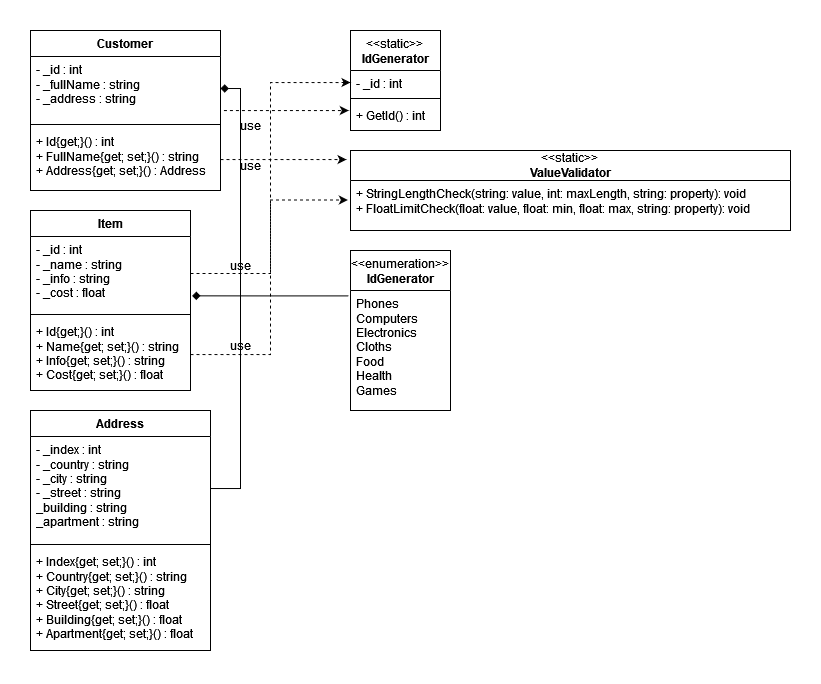
The draw.io diagram oop-winform/Diagram.drawio.png in antoniocra04/oop-winform, before a commit. Source tidied: cells renumbered, new cells last; positions are measured from the earlier drawing's top-left corner, leaving out a move shared by most shapes.
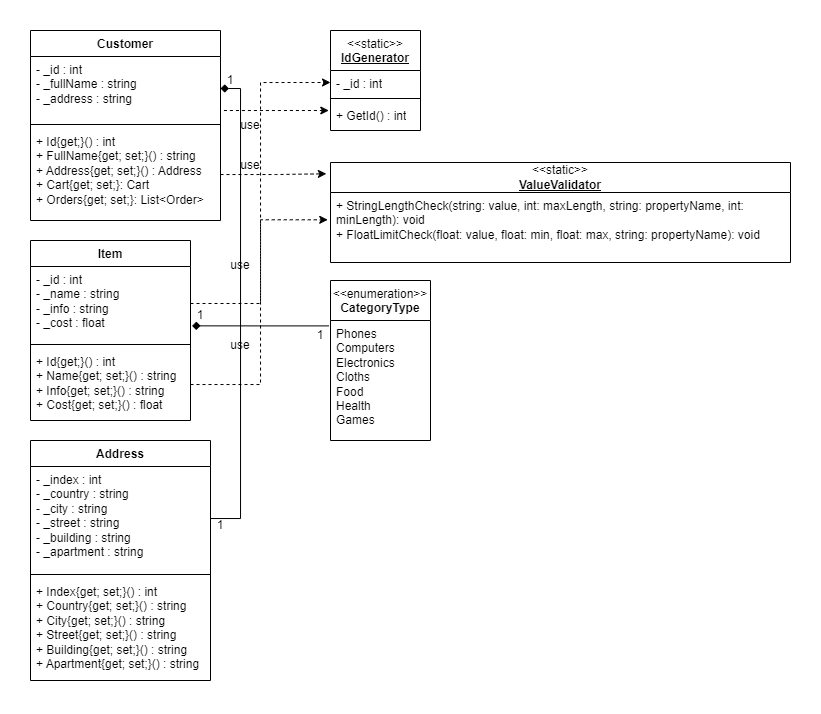
Above is the later version.

Diff of the diagram source:
```diff
@@ -3,7 +3,7 @@
     <mxCell id="0" />
     <mxCell id="1" parent="0" />
     <mxCell id="2" value="Customer" style="swimlane;fontStyle=1;align=center;verticalAlign=top;horizontal=1;startSize=26;whiteSpace=wrap;html=1;" parent="1" vertex="1">
-      <mxGeometry width="190" height="160" as="geometry" />
+      <mxGeometry y="120" width="190" height="190" as="geometry" />
     </mxCell>
     <mxCell id="3" value="- _id : int&lt;br&gt;- _fullName : string&lt;br&gt;- _address : string" style="text;strokeColor=none;fillColor=none;align=left;verticalAlign=top;spacingLeft=4;spacingRight=4;overflow=hidden;points=[[0,0.5],[1,0.5]];portConstraint=eastwest;whiteSpace=wrap;html=1;" parent="2" vertex="1">
       <mxGeometry y="26" width="190" height="64" as="geometry" />
@@ -11,11 +11,11 @@
     <mxCell id="4" style="line;strokeWidth=1;fillColor=none;align=left;verticalAlign=middle;spacingTop=-1;spacingLeft=3;spacingRight=3;labelPosition=right;strokeColor=inherit;" parent="2" vertex="1">
       <mxGeometry y="90" width="190" height="8" as="geometry" />
     </mxCell>
-    <mxCell id="5" value="+ Id{get;}() : int&lt;br&gt;+ FullName{get; set;}() : string&lt;br&gt;+ Address{get; set;}() : Address" style="text;strokeColor=none;fillColor=none;align=left;verticalAlign=top;spacingLeft=4;spacingRight=4;overflow=hidden;points=[[0,0.5],[1,0.5]];portConstraint=eastwest;whiteSpace=wrap;html=1;" parent="2" vertex="1">
-      <mxGeometry y="98" width="190" height="62" as="geometry" />
+    <mxCell id="5" value="+ Id{get;}() : int&lt;br&gt;+ FullName{get; set;}() : string&lt;br&gt;+ Address{get; set;}() : Address&lt;div&gt;+ Cart{get; set;}: Cart&lt;/div&gt;&lt;div&gt;+ Orders{get; set;}: List&amp;lt;Order&amp;gt;&lt;/div&gt;" style="text;strokeColor=none;fillColor=none;align=left;verticalAlign=top;spacingLeft=4;spacingRight=4;overflow=hidden;points=[[0,0.5],[1,0.5]];portConstraint=eastwest;whiteSpace=wrap;html=1;" parent="2" vertex="1">
+      <mxGeometry y="98" width="190" height="92" as="geometry" />
     </mxCell>
     <mxCell id="6" value="Item" style="swimlane;fontStyle=1;align=center;verticalAlign=top;horizontal=1;startSize=26;whiteSpace=wrap;html=1;" parent="1" vertex="1">
-      <mxGeometry y="180" width="160" height="180" as="geometry" />
+      <mxGeometry y="330" width="160" height="180" as="geometry" />
     </mxCell>
     <mxCell id="7" value="- _id : int&lt;br&gt;- _name : string&lt;br&gt;- _info : string&lt;br&gt;- _cost : float" style="text;strokeColor=none;fillColor=none;align=left;verticalAlign=top;spacingLeft=4;spacingRight=4;overflow=hidden;points=[[0,0.5],[1,0.5]];portConstraint=eastwest;whiteSpace=wrap;html=1;" parent="6" vertex="1">
       <mxGeometry y="26" width="160" height="74" as="geometry" />
@@ -26,8 +26,8 @@
     <mxCell id="9" value="+ Id{get;}() : int&lt;br&gt;+ Name{get; set;}() : string&lt;br&gt;+ Info{get; set;}() : string&lt;br&gt;+ Cost{get; set;}() : float" style="text;strokeColor=none;fillColor=none;align=left;verticalAlign=top;spacingLeft=4;spacingRight=4;overflow=hidden;points=[[0,0.5],[1,0.5]];portConstraint=eastwest;whiteSpace=wrap;html=1;" parent="6" vertex="1">
       <mxGeometry y="108" width="160" height="72" as="geometry" />
     </mxCell>
-    <mxCell id="10" value="&lt;span style=&quot;font-weight: normal;&quot;&gt;&amp;lt;&amp;lt;static&amp;gt;&amp;gt;&lt;/span&gt;&lt;br&gt;IdGenerator" style="swimlane;fontStyle=1;align=center;verticalAlign=top;horizontal=1;startSize=40;whiteSpace=wrap;html=1;" parent="1" vertex="1">
-      <mxGeometry x="320" width="90" height="100" as="geometry" />
+    <mxCell id="10" value="&lt;span style=&quot;font-weight: normal;&quot;&gt;&amp;lt;&amp;lt;static&amp;gt;&amp;gt;&lt;/span&gt;&lt;br&gt;&lt;u&gt;IdGenerator&lt;/u&gt;" style="swimlane;fontStyle=1;align=center;verticalAlign=top;horizontal=1;startSize=40;whiteSpace=wrap;html=1;" parent="1" vertex="1">
+      <mxGeometry x="300" y="120" width="90" height="100" as="geometry" />
     </mxCell>
     <mxCell id="11" value="- _id : int" style="text;strokeColor=none;fillColor=none;align=left;verticalAlign=top;spacingLeft=4;spacingRight=4;overflow=hidden;points=[[0,0.5],[1,0.5]];portConstraint=eastwest;whiteSpace=wrap;html=1;" parent="10" vertex="1">
       <mxGeometry y="40" width="90" height="24" as="geometry" />
@@ -38,11 +38,11 @@
     <mxCell id="13" value="+ GetId() : int" style="text;strokeColor=none;fillColor=none;align=left;verticalAlign=top;spacingLeft=4;spacingRight=4;overflow=hidden;points=[[0,0.5],[1,0.5]];portConstraint=eastwest;whiteSpace=wrap;html=1;" parent="10" vertex="1">
       <mxGeometry y="72" width="90" height="28" as="geometry" />
     </mxCell>
-    <mxCell id="14" value="&amp;lt;&amp;lt;static&amp;gt;&amp;gt;&lt;br&gt;&lt;b&gt;ValueValidator&lt;/b&gt;" style="swimlane;fontStyle=0;horizontal=1;startSize=30;fillColor=none;whiteSpace=wrap;html=1;" parent="1" vertex="1">
-      <mxGeometry x="320" y="120" width="440" height="80" as="geometry" />
+    <mxCell id="14" value="&amp;lt;&amp;lt;static&amp;gt;&amp;gt;&lt;br&gt;&lt;b&gt;&lt;u&gt;ValueValidator&lt;/u&gt;&lt;/b&gt;" style="swimlane;fontStyle=0;horizontal=1;startSize=30;fillColor=none;whiteSpace=wrap;html=1;" parent="1" vertex="1">
+      <mxGeometry x="300" y="252" width="460" height="100" as="geometry" />
     </mxCell>
-    <mxCell id="15" value="&lt;div&gt;+ StringLengthCheck(string: value, int: maxLength, string: property): void&lt;br&gt;&lt;/div&gt;&lt;div&gt;+ FloatLimitCheck(float: value, float: min, float: max, string: property): void&lt;br&gt;&lt;/div&gt;" style="text;strokeColor=none;fillColor=none;align=left;verticalAlign=top;spacingLeft=4;spacingRight=4;overflow=hidden;points=[[0,0.5],[1,0.5]];portConstraint=eastwest;whiteSpace=wrap;html=1;" parent="14" vertex="1">
-      <mxGeometry y="30" width="440" height="50" as="geometry" />
+    <mxCell id="15" value="&lt;div&gt;+ StringLengthCheck(string: value, int: maxLength, string: propertyName, int: minLength): void&lt;br&gt;&lt;/div&gt;&lt;div&gt;+ FloatLimitCheck(float: value, float: min, float: max, string: propertyName): void&lt;br&gt;&lt;/div&gt;&lt;div&gt;&lt;br&gt;&lt;/div&gt;" style="text;strokeColor=none;fillColor=none;align=left;verticalAlign=top;spacingLeft=4;spacingRight=4;overflow=hidden;points=[[0,0.5],[1,0.5]];portConstraint=eastwest;whiteSpace=wrap;html=1;" parent="14" vertex="1">
+      <mxGeometry y="30" width="460" height="70" as="geometry" />
     </mxCell>
     <mxCell id="16" style="edgeStyle=orthogonalEdgeStyle;rounded=0;jettySize=auto;html=1;entryX=-0.019;entryY=0.286;entryDx=0;entryDy=0;entryPerimeter=0;dashed=1;exitX=1.018;exitY=0.844;exitDx=0;exitDy=0;exitPerimeter=0;" parent="1" edge="1" source="3" target="13">
       <mxGeometry relative="1" as="geometry" />
@@ -57,34 +57,34 @@
       <mxGeometry relative="1" as="geometry" />
     </mxCell>
     <mxCell id="20" value="use" style="text;html=1;align=center;verticalAlign=middle;whiteSpace=wrap;rounded=0;" parent="1" vertex="1">
-      <mxGeometry x="180" y="220" width="60" height="30" as="geometry" />
+      <mxGeometry x="180" y="340" width="60" height="30" as="geometry" />
     </mxCell>
     <mxCell id="21" value="use" style="text;html=1;align=center;verticalAlign=middle;whiteSpace=wrap;rounded=0;" parent="1" vertex="1">
-      <mxGeometry x="180" y="300" width="60" height="30" as="geometry" />
+      <mxGeometry x="180" y="420" width="60" height="30" as="geometry" />
     </mxCell>
     <mxCell id="22" value="use" style="text;html=1;align=center;verticalAlign=middle;whiteSpace=wrap;rounded=0;" parent="1" vertex="1">
-      <mxGeometry x="190" y="80" width="60" height="30" as="geometry" />
+      <mxGeometry x="190" y="200" width="60" height="30" as="geometry" />
     </mxCell>
     <mxCell id="23" value="use" style="text;html=1;align=center;verticalAlign=middle;whiteSpace=wrap;rounded=0;" parent="1" vertex="1">
-      <mxGeometry x="190" y="120" width="60" height="30" as="geometry" />
+      <mxGeometry x="190" y="240" width="60" height="30" as="geometry" />
     </mxCell>
     <mxCell id="24" value="Address" style="swimlane;fontStyle=1;align=center;verticalAlign=top;horizontal=1;startSize=26;whiteSpace=wrap;html=1;" parent="1" vertex="1">
-      <mxGeometry y="380" width="180" height="240" as="geometry" />
+      <mxGeometry y="530" width="180" height="240" as="geometry" />
     </mxCell>
-    <mxCell id="25" value="- _index : int&lt;br&gt;- _country : string&lt;br&gt;- _city : string&lt;br&gt;&lt;div&gt;- _street : string&lt;br&gt;&lt;/div&gt;&lt;div&gt;_building : string&lt;/div&gt;&lt;div&gt;_apartment : string&lt;br&gt;&lt;/div&gt;" style="text;strokeColor=none;fillColor=none;align=left;verticalAlign=top;spacingLeft=4;spacingRight=4;overflow=hidden;points=[[0,0.5],[1,0.5]];portConstraint=eastwest;whiteSpace=wrap;html=1;" parent="24" vertex="1">
+    <mxCell id="25" value="- _index : int&lt;br&gt;- _country : string&lt;br&gt;- _city : string&lt;br&gt;&lt;div&gt;- _street : string&lt;br&gt;&lt;/div&gt;&lt;div&gt;- _building : string&lt;/div&gt;&lt;div&gt;- _apartment : string&lt;br&gt;&lt;/div&gt;" style="text;strokeColor=none;fillColor=none;align=left;verticalAlign=top;spacingLeft=4;spacingRight=4;overflow=hidden;points=[[0,0.5],[1,0.5]];portConstraint=eastwest;whiteSpace=wrap;html=1;" parent="24" vertex="1">
       <mxGeometry y="26" width="180" height="104" as="geometry" />
     </mxCell>
     <mxCell id="26" style="line;strokeWidth=1;fillColor=none;align=left;verticalAlign=middle;spacingTop=-1;spacingLeft=3;spacingRight=3;labelPosition=right;strokeColor=inherit;" parent="24" vertex="1">
       <mxGeometry y="130" width="180" height="8" as="geometry" />
     </mxCell>
-    <mxCell id="27" value="+ Index{get; set;}() : int&lt;br&gt;+ Country{get; set;}() : string&lt;br&gt;+ City{get; set;}() : string&lt;br&gt;&lt;div&gt;+ Street{get; set;}() : float&lt;/div&gt;&lt;div&gt;+ Building{get; set;}() : float&lt;/div&gt;&lt;div&gt;+ Apartment{get; set;}() : float&lt;/div&gt;" style="text;strokeColor=none;fillColor=none;align=left;verticalAlign=top;spacingLeft=4;spacingRight=4;overflow=hidden;whiteSpace=wrap;html=1;" parent="24" vertex="1">
+    <mxCell id="27" value="+ Index{get; set;}() : int&lt;br&gt;+ Country{get; set;}() : string&lt;br&gt;+ City{get; set;}() : string&lt;br&gt;&lt;div&gt;+ Street{get; set;}() : string&lt;/div&gt;&lt;div&gt;+ Building{get; set;}() : string&lt;/div&gt;&lt;div&gt;+ Apartment{get; set;}() : string&lt;/div&gt;" style="text;strokeColor=none;fillColor=none;align=left;verticalAlign=top;spacingLeft=4;spacingRight=4;overflow=hidden;whiteSpace=wrap;html=1;" parent="24" vertex="1">
       <mxGeometry y="138" width="180" height="102" as="geometry" />
     </mxCell>
     <mxCell id="28" style="edgeStyle=orthogonalEdgeStyle;rounded=0;jettySize=auto;html=1;entryX=1;entryY=0.5;entryDx=0;entryDy=0;endArrow=diamond;endFill=1;" parent="1" edge="1" source="25" target="3">
       <mxGeometry relative="1" as="geometry" />
     </mxCell>
-    <mxCell id="29" value="&lt;span style=&quot;font-weight: normal;&quot;&gt;&amp;lt;&amp;lt;enumeration&amp;gt;&amp;gt;&lt;/span&gt;&lt;br&gt;IdGenerator" style="swimlane;fontStyle=1;align=center;verticalAlign=top;horizontal=1;startSize=40;whiteSpace=wrap;html=1;" parent="1" vertex="1">
-      <mxGeometry x="320" y="220" width="100" height="160" as="geometry" />
+    <mxCell id="29" value="&lt;span style=&quot;font-weight: normal;&quot;&gt;&amp;lt;&amp;lt;enumeration&amp;gt;&amp;gt;&lt;/span&gt;&lt;br&gt;CategoryType" style="swimlane;fontStyle=1;align=center;verticalAlign=top;horizontal=1;startSize=40;whiteSpace=wrap;html=1;" parent="1" vertex="1">
+      <mxGeometry x="300" y="370" width="100" height="160" as="geometry" />
     </mxCell>
     <mxCell id="30" value="&lt;div&gt;Phones&lt;/div&gt;&lt;div&gt;Computers&lt;/div&gt;&lt;div&gt;Electronics&lt;/div&gt;&lt;div&gt;Cloths&lt;/div&gt;&lt;div&gt;Food&lt;/div&gt;&lt;div&gt;Health&lt;/div&gt;&lt;div&gt;Games&lt;br&gt;&lt;/div&gt;" style="text;strokeColor=none;fillColor=none;align=left;verticalAlign=top;spacingLeft=4;spacingRight=4;overflow=hidden;points=[[0,0.5],[1,0.5]];portConstraint=eastwest;whiteSpace=wrap;html=1;" parent="29" vertex="1">
       <mxGeometry y="40" width="100" height="120" as="geometry" />
@@ -92,5 +92,17 @@
     <mxCell id="31" style="edgeStyle=orthogonalEdgeStyle;rounded=0;jettySize=auto;html=1;entryX=1.01;entryY=0.802;entryDx=0;entryDy=0;entryPerimeter=0;exitX=-0.018;exitY=0.045;exitDx=0;exitDy=0;exitPerimeter=0;endArrow=diamond;endFill=1;" parent="1" edge="1" source="30" target="7">
       <mxGeometry relative="1" as="geometry" />
     </mxCell>
+    <mxCell id="32" value="1" style="text;html=1;align=center;verticalAlign=middle;whiteSpace=wrap;rounded=0;" parent="1" vertex="1">
+      <mxGeometry x="140" y="390" width="60" height="30" as="geometry" />
+    </mxCell>
+    <mxCell id="33" value="1" style="text;html=1;align=center;verticalAlign=middle;whiteSpace=wrap;rounded=0;" parent="1" vertex="1">
+      <mxGeometry x="260" y="410" width="60" height="30" as="geometry" />
+    </mxCell>
+    <mxCell id="34" value="1" style="text;html=1;align=center;verticalAlign=middle;whiteSpace=wrap;rounded=0;" parent="1" vertex="1">
+      <mxGeometry x="170" y="155" width="60" height="30" as="geometry" />
+    </mxCell>
+    <mxCell id="35" value="1" style="text;html=1;align=center;verticalAlign=middle;whiteSpace=wrap;rounded=0;" parent="1" vertex="1">
+      <mxGeometry x="160" y="600" width="60" height="30" as="geometry" />
+    </mxCell>
   </root>
 </mxGraphModel>
```
